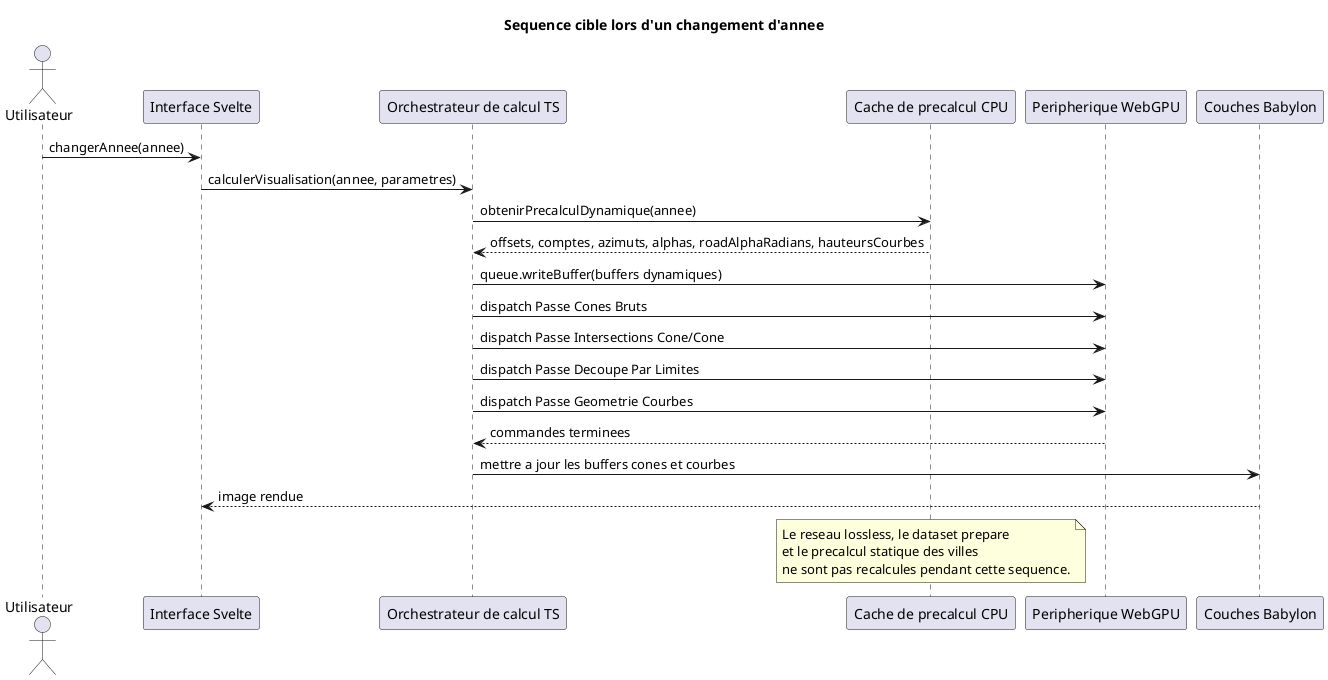
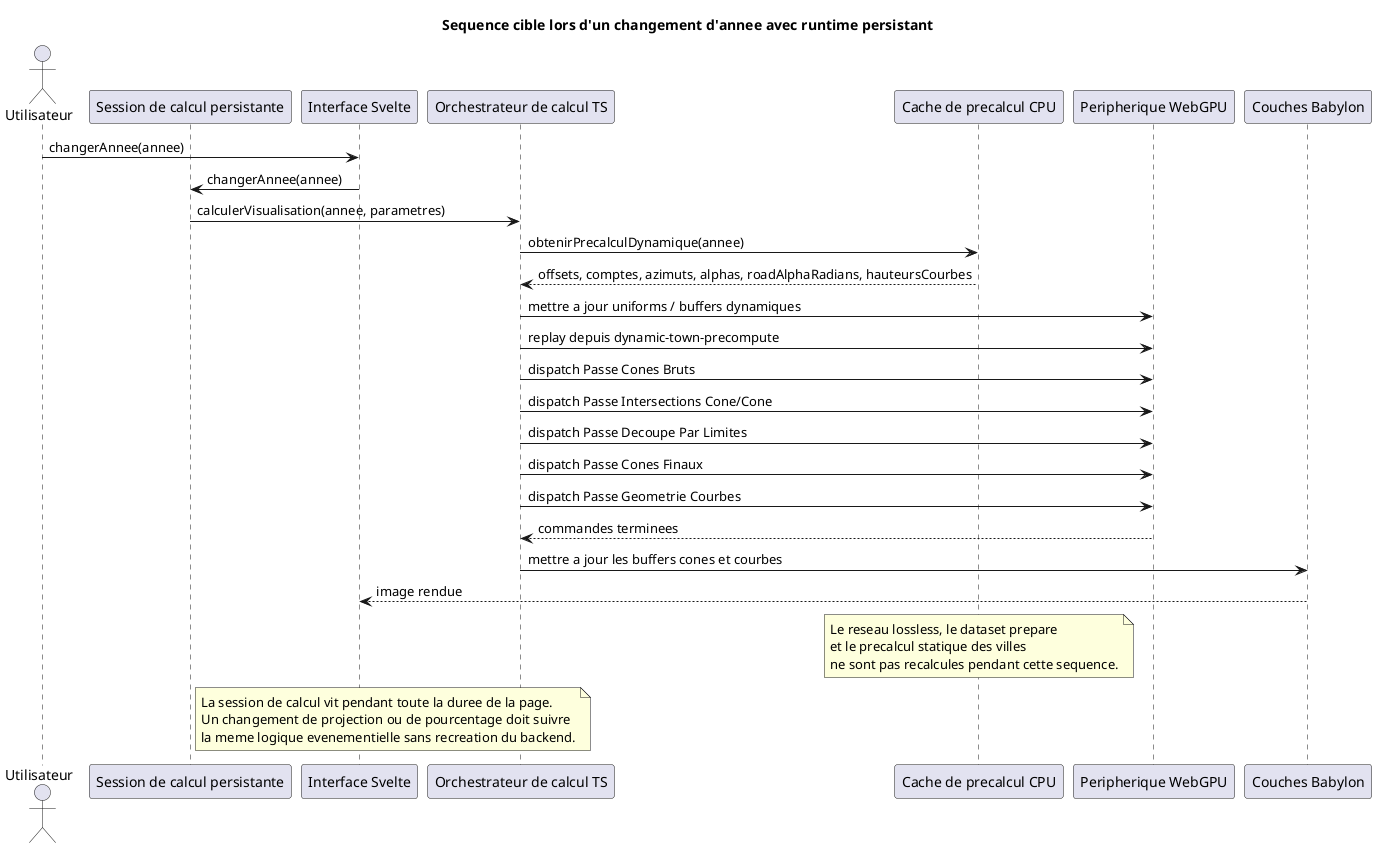
@startuml
- title Sequence cible lors d'un changement d'annee
+ title Sequence cible lors d'un changement d'annee avec runtime persistant

actor Utilisateur
+ participant "Session de calcul persistante" as Session
participant "Interface Svelte" as UI
participant "Orchestrateur de calcul TS" as TS
participant "Cache de precalcul CPU" as Cache
participant "Peripherique WebGPU" as GPU
participant "Couches Babylon" as Babylon

Utilisateur -> UI : changerAnnee(annee)
- UI -> TS : calculerVisualisation(annee, parametres)
+ UI -> Session : changerAnnee(annee)
+ Session -> TS : calculerVisualisation(annee, parametres)
TS -> Cache : obtenirPrecalculDynamique(annee)
Cache --> TS : offsets, comptes, azimuts, alphas, roadAlphaRadians, hauteursCourbes
- TS -> GPU : queue.writeBuffer(buffers dynamiques)
+ TS -> GPU : mettre a jour uniforms / buffers dynamiques
+ TS -> GPU : replay depuis dynamic-town-precompute
TS -> GPU : dispatch Passe Cones Bruts
TS -> GPU : dispatch Passe Intersections Cone/Cone
TS -> GPU : dispatch Passe Decoupe Par Limites
+ TS -> GPU : dispatch Passe Cones Finaux
TS -> GPU : dispatch Passe Geometrie Courbes
GPU --> TS : commandes terminees
TS -> Babylon : mettre a jour les buffers cones et courbes
Babylon --> UI : image rendue

note over Cache
  Le reseau lossless, le dataset prepare
  et le precalcul statique des villes
  ne sont pas recalcules pendant cette sequence.
end note
+ 
+ note right of Session
+   La session de calcul vit pendant toute la duree de la page.
+   Un changement de projection ou de pourcentage doit suivre
+   la meme logique evenementielle sans recreation du backend.
+ end note
@enduml
